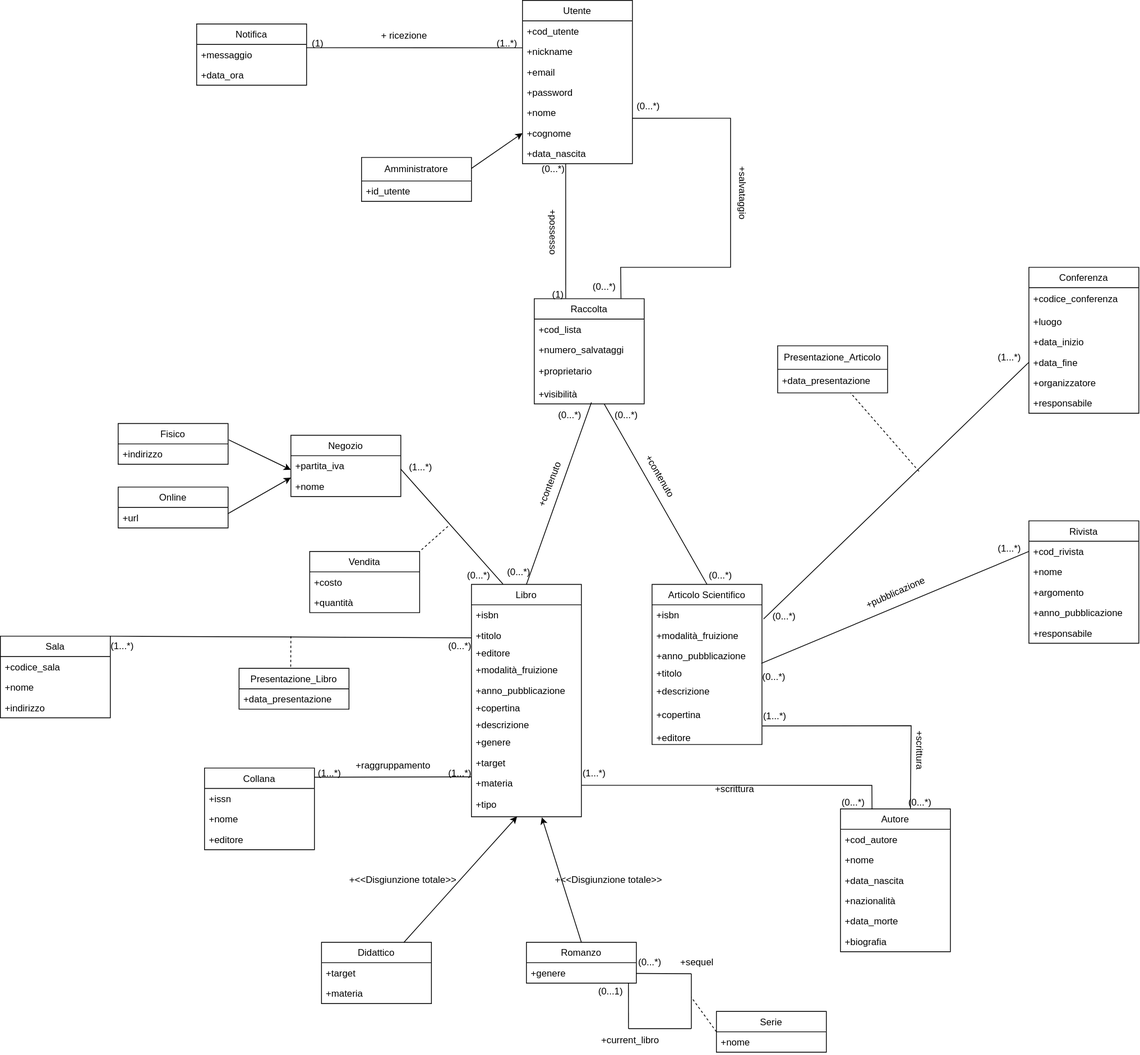
m3tt0/Progetto_OB_BASI keeps this draw.io diagram as progettazione_concettuale/Modello_Concettuale.drawio.svg. Above is the earlier version. Source tidied: cells renumbered, new cells last; positions are measured from the earlier drawing's top-left corner, leaving out a move shared by most shapes.
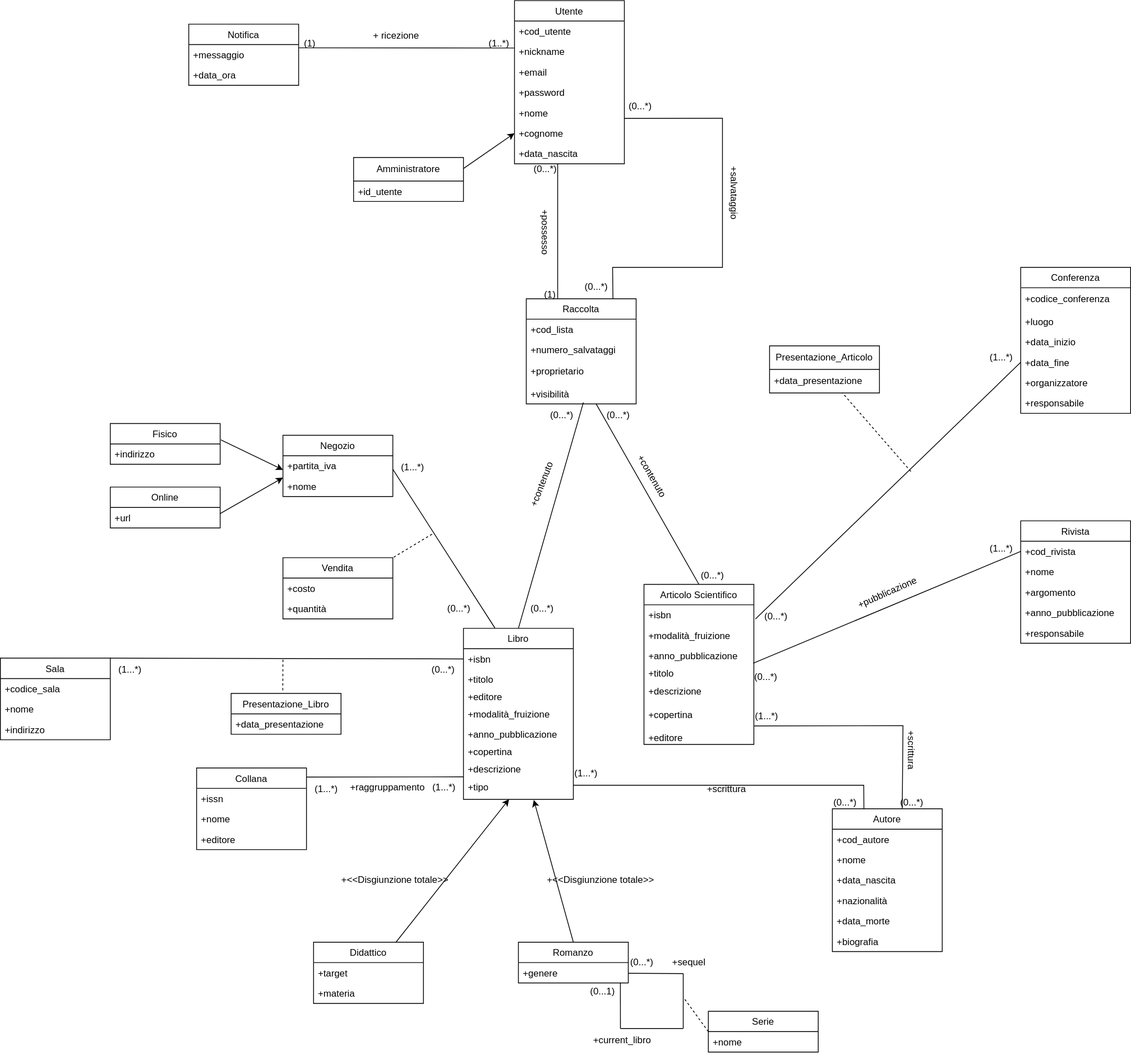
Above is the later version.

Change to the diagram source:
```diff
@@ -24,7 +24,7 @@
       <mxGeometry y="160" width="140" height="26" as="geometry" />
     </mxCell>
     <mxCell id="9" value="Libro" style="swimlane;fontStyle=0;horizontal=1;startSize=26;fillColor=none;" parent="1" vertex="1">
-      <mxGeometry x="600" y="744" width="140" height="296" as="geometry" />
+      <mxGeometry x="600" y="800" width="140" height="218" as="geometry" />
     </mxCell>
     <mxCell id="10" value="+isbn" style="text;strokeColor=none;fillColor=none;align=left;verticalAlign=top;spacingLeft=4;spacingRight=4;overflow=hidden;points=[[0,0.5],[1,0.5]];portConstraint=eastwest;" parent="9" vertex="1">
       <mxGeometry y="26" width="140" height="26" as="geometry" />
@@ -47,17 +47,8 @@
     <mxCell id="16" value="+descrizione" style="text;strokeColor=none;fillColor=none;align=left;verticalAlign=top;spacingLeft=4;spacingRight=4;overflow=hidden;" parent="9" vertex="1">
       <mxGeometry y="166" width="140" height="22" as="geometry" />
     </mxCell>
-    <mxCell id="17" value="+genere" style="text;strokeColor=none;fillColor=none;align=left;verticalAlign=top;spacingLeft=4;spacingRight=4;overflow=hidden;" parent="9" vertex="1">
-      <mxGeometry y="188" width="140" height="26" as="geometry" />
-    </mxCell>
-    <mxCell id="18" value="+target" style="text;strokeColor=none;fillColor=none;align=left;verticalAlign=top;spacingLeft=4;spacingRight=4;overflow=hidden;" parent="9" vertex="1">
-      <mxGeometry y="214" width="140" height="26" as="geometry" />
-    </mxCell>
-    <mxCell id="19" value="+materia" style="text;strokeColor=none;fillColor=none;align=left;verticalAlign=top;spacingLeft=4;spacingRight=4;overflow=hidden;points=[[0,0.5],[1,0.5]];portConstraint=eastwest;" parent="9" vertex="1">
-      <mxGeometry y="240" width="140" height="26" as="geometry" />
-    </mxCell>
     <mxCell id="20" value="+tipo" style="text;strokeColor=none;fillColor=none;align=left;verticalAlign=middle;spacingLeft=4;spacingRight=4;overflow=hidden;points=[[0,0.5],[1,0.5]];portConstraint=eastwest;whiteSpace=wrap;html=1;" parent="9" vertex="1">
-      <mxGeometry y="266" width="140" height="30" as="geometry" />
+      <mxGeometry y="188" width="140" height="30" as="geometry" />
     </mxCell>
     <mxCell id="21" value="Articolo Scientifico" style="swimlane;fontStyle=0;horizontal=1;startSize=26;fillColor=none;" parent="1" vertex="1">
       <mxGeometry x="830" y="744" width="140" height="204" as="geometry" />
@@ -194,7 +185,7 @@
       <mxGeometry y="26" width="140" height="26" as="geometry" />
     </mxCell>
     <mxCell id="63" value="Vendita" style="swimlane;fontStyle=0;horizontal=1;startSize=26;fillColor=none;" parent="1" vertex="1">
-      <mxGeometry x="394" y="702" width="140" height="78" as="geometry" />
+      <mxGeometry x="370" y="710" width="140" height="78" as="geometry" />
     </mxCell>
     <mxCell id="64" value="+costo" style="text;strokeColor=none;fillColor=none;align=left;verticalAlign=top;spacingLeft=4;spacingRight=4;overflow=hidden;" parent="63" vertex="1">
       <mxGeometry y="26" width="140" height="26" as="geometry" />
@@ -207,7 +198,7 @@
     </mxCell>
     <mxCell id="67" style="endArrow=none;dashed=1;html=1;rounded=0;entryX=1;entryY=0;entryDx=0;entryDy=0;" parent="1" edge="1" target="63">
       <mxGeometry relative="1" as="geometry">
-        <mxPoint x="570" y="670" as="sourcePoint" />
+        <mxPoint x="560" y="680" as="sourcePoint" />
       </mxGeometry>
     </mxCell>
     <mxCell id="68" style="endArrow=classic;html=1;rounded=0;entryX=0;entryY=0.692;entryDx=0;entryDy=0;entryPerimeter=0;exitX=1.006;exitY=0.4;exitDx=0;exitDy=0;exitPerimeter=0;" parent="1" edge="1" source="61" target="58">
@@ -220,10 +211,12 @@
       <mxGeometry x="510" y="580" width="50" height="30" as="geometry" />
     </mxCell>
     <mxCell id="71" value="(0...*)" style="text;html=1;align=center;verticalAlign=middle;strokeColor=none;fillColor=none;rotation=0;" parent="1" vertex="1">
-      <mxGeometry x="583" y="718" width="52" height="29" as="geometry" />
+      <mxGeometry x="568" y="760" width="52" height="29" as="geometry" />
     </mxCell>
-    <mxCell id="72" style="endArrow=none;html=1;rounded=0;exitX=1.001;exitY=0.112;exitDx=0;exitDy=0;exitPerimeter=0;entryX=0.001;entryY=0.2;entryDx=0;entryDy=0;entryPerimeter=0;" parent="1" edge="1" source="73" target="19">
-      <mxGeometry relative="1" as="geometry" />
+    <mxCell id="72" style="endArrow=none;html=1;rounded=0;exitX=1.001;exitY=0.112;exitDx=0;exitDy=0;exitPerimeter=0;entryX=0.001;entryY=0.2;entryDx=0;entryDy=0;entryPerimeter=0;" parent="1" edge="1" source="73">
+      <mxGeometry relative="1" as="geometry">
+        <mxPoint x="600.1" y="989.2" as="targetPoint" />
+      </mxGeometry>
     </mxCell>
     <mxCell id="73" value="Collana" style="swimlane;fontStyle=0;horizontal=1;startSize=26;fillColor=none;" parent="1" vertex="1">
       <mxGeometry x="260" y="978" width="140" height="104" as="geometry" />
@@ -238,19 +231,19 @@
       <mxGeometry y="78" width="140" height="26" as="geometry" />
     </mxCell>
     <mxCell id="77" value="(1...*)" style="text;html=1;align=center;verticalAlign=middle;strokeColor=none;fillColor=none;" parent="1" vertex="1">
-      <mxGeometry x="394" y="970" width="50" height="30" as="geometry" />
+      <mxGeometry x="400" y="990" width="50" height="30" as="geometry" />
     </mxCell>
     <mxCell id="78" value="(1...*)" style="text;html=1;align=center;verticalAlign=middle;strokeColor=none;fillColor=none;" parent="1" vertex="1">
-      <mxGeometry x="560" y="970" width="50" height="30" as="geometry" />
+      <mxGeometry x="550" y="988" width="50" height="30" as="geometry" />
     </mxCell>
     <mxCell id="79" value="+raggruppamento" style="text;html=1;align=center;verticalAlign=middle;strokeColor=none;fillColor=none;rotation=0;" parent="1" vertex="1">
-      <mxGeometry x="440" y="960" width="120" height="30" as="geometry" />
+      <mxGeometry x="443" y="988" width="120" height="30" as="geometry" />
     </mxCell>
-    <mxCell id="80" style="endArrow=none;html=1;rounded=0;entryX=0.001;entryY=0.73;entryDx=0;entryDy=0;entryPerimeter=0;exitX=1;exitY=0;exitDx=0;exitDy=0;" parent="1" edge="1" source="81" target="11">
+    <mxCell id="80" style="endArrow=none;html=1;rounded=0;entryX=0;entryY=0.5;entryDx=0;entryDy=0;exitX=1;exitY=0;exitDx=0;exitDy=0;" parent="1" edge="1" source="81" target="10">
       <mxGeometry relative="1" as="geometry" />
     </mxCell>
     <mxCell id="81" value="Sala" style="swimlane;fontStyle=0;horizontal=1;startSize=26;fillColor=none;" parent="1" vertex="1">
-      <mxGeometry y="810" width="140" height="104" as="geometry" />
+      <mxGeometry x="10" y="838" width="140" height="104" as="geometry" />
     </mxCell>
     <mxCell id="82" value="+codice_sala" style="text;strokeColor=none;fillColor=none;align=left;verticalAlign=top;spacingLeft=4;spacingRight=4;overflow=hidden;" parent="81" vertex="1">
       <mxGeometry y="26" width="140" height="26" as="geometry" />
@@ -262,20 +255,20 @@
       <mxGeometry y="78" width="140" height="26" as="geometry" />
     </mxCell>
     <mxCell id="85" value="(1...*)" style="text;html=1;align=center;verticalAlign=middle;strokeColor=none;fillColor=none;" parent="1" vertex="1">
-      <mxGeometry x="130" y="808" width="50" height="30" as="geometry" />
+      <mxGeometry x="150" y="838" width="50" height="30" as="geometry" />
     </mxCell>
     <mxCell id="86" value="(0...*)" style="text;html=1;align=center;verticalAlign=middle;strokeColor=none;fillColor=none;" parent="1" vertex="1">
-      <mxGeometry x="560" y="808" width="50" height="30" as="geometry" />
+      <mxGeometry x="549" y="838" width="50" height="30" as="geometry" />
     </mxCell>
     <mxCell id="87" value="Presentazione_Libro" style="swimlane;fontStyle=0;horizontal=1;startSize=26;fillColor=none;" parent="1" vertex="1">
-      <mxGeometry x="304" y="851" width="140" height="52" as="geometry" />
+      <mxGeometry x="304" y="883" width="140" height="52" as="geometry" />
     </mxCell>
     <mxCell id="88" value="+data_presentazione" style="text;strokeColor=none;fillColor=none;align=left;verticalAlign=top;spacingLeft=4;spacingRight=4;overflow=hidden;" parent="87" vertex="1">
       <mxGeometry y="26" width="140" height="26" as="geometry" />
     </mxCell>
     <mxCell id="89" style="endArrow=none;dashed=1;html=1;rounded=0;entryX=0.47;entryY=-0.035;entryDx=0;entryDy=0;entryPerimeter=0;" parent="1" edge="1" target="87">
       <mxGeometry relative="1" as="geometry">
-        <mxPoint x="370" y="810" as="sourcePoint" />
+        <mxPoint x="370" y="840" as="sourcePoint" />
       </mxGeometry>
     </mxCell>
     <mxCell id="90" value="Raccolta" style="swimlane;fontStyle=0;horizontal=1;startSize=26;fillColor=none;" parent="1" vertex="1">
@@ -488,7 +481,7 @@
       <mxGeometry x="752" y="1310" width="100" height="30" as="geometry" />
     </mxCell>
     <mxCell id="152" value="(0...*)" style="text;html=1;align=center;verticalAlign=middle;strokeColor=none;fillColor=none;" parent="1" vertex="1">
-      <mxGeometry x="635" y="714" width="50" height="30" as="geometry" />
+      <mxGeometry x="675" y="760" width="50" height="30" as="geometry" />
     </mxCell>
     <mxCell id="153" style="endArrow=none;html=1;rounded=0;exitX=0.5;exitY=0;exitDx=0;exitDy=0;entryX=0.637;entryY=1.009;entryDx=0;entryDy=0;entryPerimeter=0;" parent="1" edge="1" source="21" target="94">
       <mxGeometry relative="1" as="geometry" />
```
